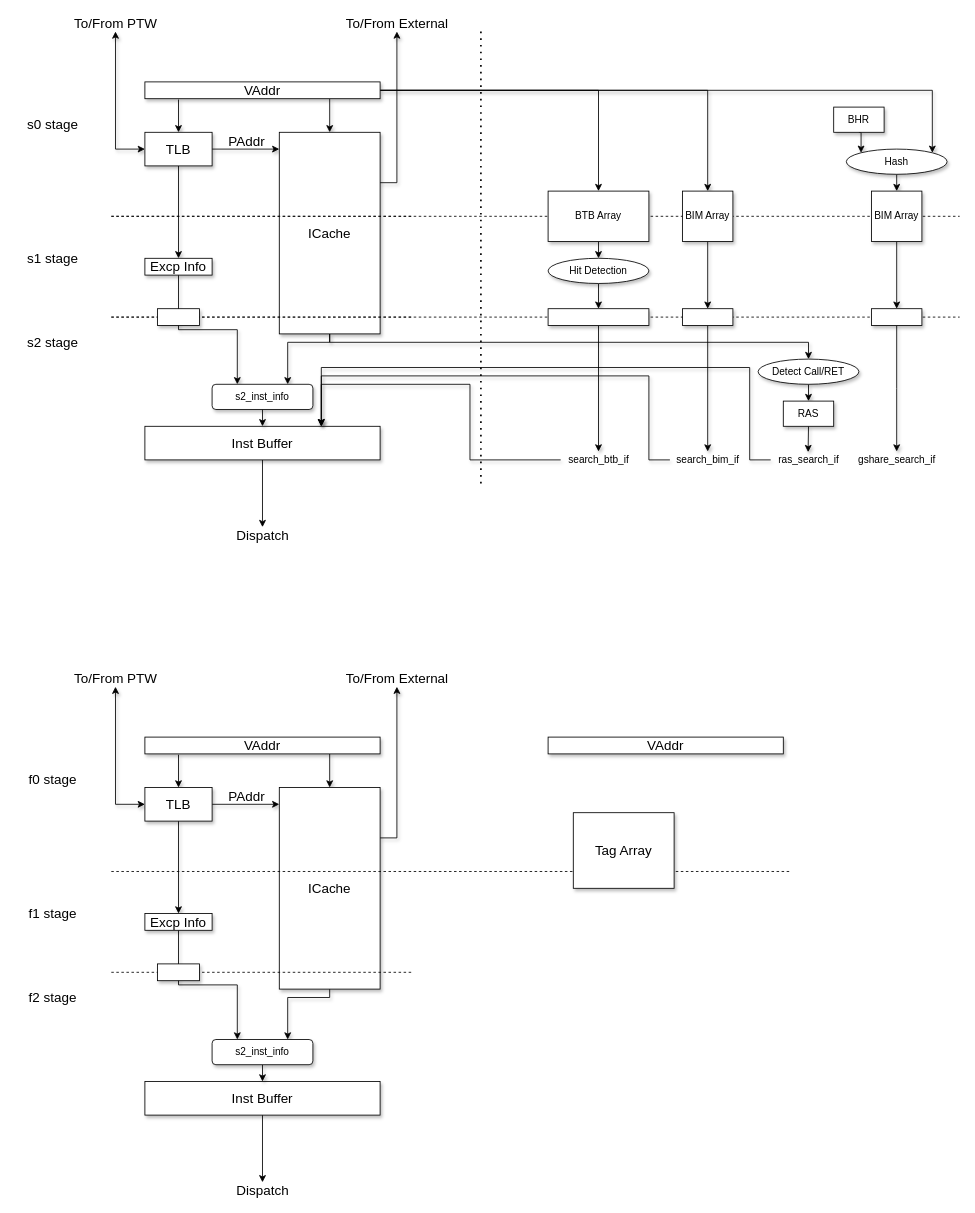
This is page "Frontend" (3 of 8) of docs/source/msrh.drawio from msyksphinz-self/scariv_zero, a draw.io file, before an edit. Source tidied: cells renumbered, new cells numbered last; positions are measured from the earlier drawing's top-left corner, leaving out a move shared by most shapes. Both pictures are drawn from the tidied source at 84%, with x=0, y=0 at pixel (18, 14).
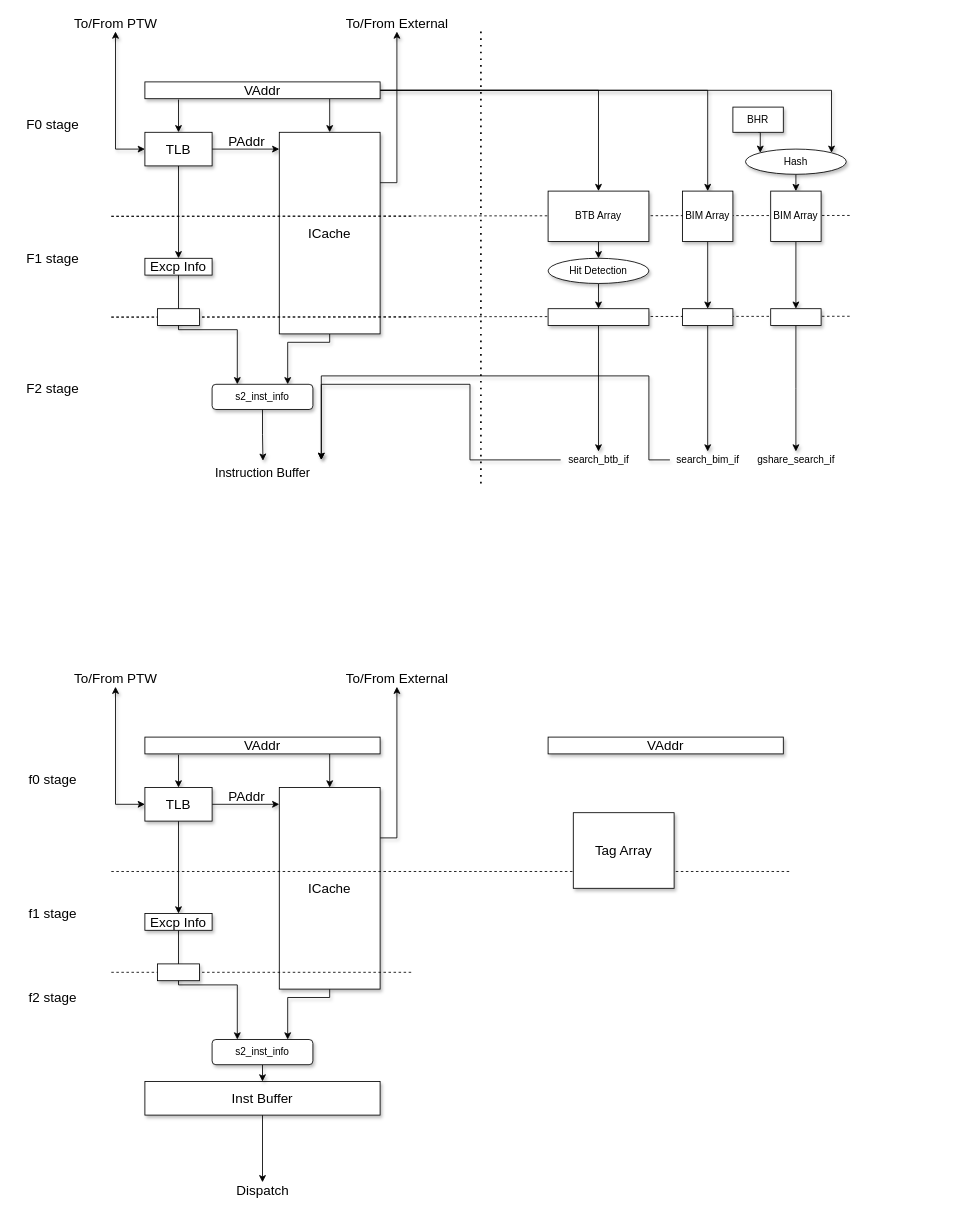
The same diagram, later.

Unchanged cells that the change refers to:
```xml
<mxCell id="16" value="ICache" style="rounded=0;whiteSpace=wrap;html=1;fontSize=16;shadow=1;" parent="1" vertex="1">
  <mxGeometry x="310" y="140" width="120" height="240" as="geometry" />
</mxCell>
<mxCell id="39" value="search_btb_if" style="text;html=1;align=center;verticalAlign=middle;points=[];strokeColor=none;fillColor=none;shadow=1;" parent="1" vertex="1">
  <mxGeometry x="645" y="520" width="90" height="20" as="geometry" />
</mxCell>
<mxCell id="45" value="search_bim_if" style="text;html=1;align=center;verticalAlign=middle;points=[];strokeColor=none;fillColor=none;shadow=1;" parent="1" vertex="1">
  <mxGeometry x="775" y="520" width="90" height="20" as="geometry" />
</mxCell>
<mxCell id="47" value="s2_inst_info" style="rounded=1;whiteSpace=wrap;html=1;shadow=1;" parent="1" vertex="1">
  <mxGeometry x="230" y="440" width="120" height="30" as="geometry" />
</mxCell>
```

What changed in the source:
```diff
@@
-    <mxCell id="15" style="edgeStyle=orthogonalEdgeStyle;rounded=0;jettySize=auto;html=1;exitX=0.5;exitY=1;exitDx=0;exitDy=0;shadow=1;" parent="1" edge="1" source="16">
-      <mxGeometry relative="1" as="geometry">
-        <mxPoint x="940" y="410" as="targetPoint" />
-        <Array as="points">
-          <mxPoint x="370" y="390" />
-          <mxPoint x="940" y="390" />
-        </Array>
-      </mxGeometry>
-    </mxCell>
@@
-    <mxCell id="17" style="edgeStyle=orthogonalEdgeStyle;rounded=0;jettySize=auto;html=1;exitX=0.5;exitY=1;exitDx=0;exitDy=0;startArrow=none;startFill=0;fontSize=16;" parent="1" edge="1" source="18" target="28">
-      <mxGeometry relative="1" as="geometry" />
-    </mxCell>
-    <mxCell id="18" value="Inst Buffer" style="rounded=0;whiteSpace=wrap;html=1;fontSize=16;shadow=1;" parent="1" vertex="1">
-      <mxGeometry x="150" y="490" width="280" height="40" as="geometry" />
-    </mxCell>
@@
-    <mxCell id="23" value="s0 stage" style="text;html=1;align=center;verticalAlign=middle;fontSize=16;" parent="1" vertex="1">
-      <mxGeometry y="120" width="80" height="20" as="geometry" />
+    <mxCell id="23" value="F0 stage" style="text;html=1;align=center;verticalAlign=middle;fontSize=16;" parent="1" vertex="1">
+      <mxGeometry x="-5" y="115" width="90" height="30" as="geometry" />
     </mxCell>
-    <mxCell id="24" value="s1 stage" style="text;html=1;align=center;verticalAlign=middle;fontSize=16;" parent="1" vertex="1">
-      <mxGeometry y="280" width="80" height="20" as="geometry" />
+    <mxCell id="24" value="F1 stage" style="text;html=1;align=center;verticalAlign=middle;fontSize=16;" parent="1" vertex="1">
+      <mxGeometry x="-5" y="275" width="90" height="30" as="geometry" />
     </mxCell>
-    <mxCell id="25" value="s2 stage" style="text;html=1;align=center;verticalAlign=middle;fontSize=16;" parent="1" vertex="1">
-      <mxGeometry y="380" width="80" height="20" as="geometry" />
+    <mxCell id="25" value="F2 stage" style="text;html=1;align=center;verticalAlign=middle;fontSize=16;" parent="1" vertex="1">
+      <mxGeometry x="-5" y="430" width="90" height="30" as="geometry" />
     </mxCell>
@@
-    <mxCell id="28" value="Dispatch" style="text;html=1;align=center;verticalAlign=middle;points=[];fontSize=16;" parent="1" vertex="1">
-      <mxGeometry x="250" y="610" width="80" height="20" as="geometry" />
-    </mxCell>
     <mxCell id="29" style="endArrow=none;dashed=1;html=1;fontSize=16;" parent="1" edge="1">
       <mxGeometry relative="1" as="geometry">
         <mxPoint x="110" y="240" as="sourcePoint" />
-        <mxPoint x="1120" y="240" as="targetPoint" />
+        <mxPoint x="990" y="239" as="targetPoint" />
       </mxGeometry>
     </mxCell>
@@
     <mxCell id="32" style="endArrow=none;dashed=1;html=1;fontSize=16;" parent="1" edge="1">
       <mxGeometry relative="1" as="geometry">
         <mxPoint x="110" y="360" as="sourcePoint" />
-        <mxPoint x="1120" y="360" as="targetPoint" />
+        <mxPoint x="990" y="359" as="targetPoint" />
       </mxGeometry>
     </mxCell>
@@
-    <mxCell id="38" style="edgeStyle=orthogonalEdgeStyle;rounded=0;jettySize=auto;html=1;entryX=0.75;entryY=0;entryDx=0;entryDy=0;shadow=1;" parent="1" edge="1" source="39" target="18">
+    <mxCell id="38" style="edgeStyle=orthogonalEdgeStyle;rounded=0;jettySize=auto;html=1;entryX=0.75;entryY=0;entryDx=0;entryDy=0;shadow=1;" parent="1" edge="1" source="39">
       <mxGeometry relative="1" as="geometry">
+        <mxPoint x="360" y="530" as="targetPoint" />
         <Array as="points">
           <mxPoint x="537" y="530" />
           <mxPoint x="537" y="440" />
           <mxPoint x="360" y="440" />
         </Array>
       </mxGeometry>
     </mxCell>
@@
-    <mxCell id="44" style="edgeStyle=orthogonalEdgeStyle;rounded=0;jettySize=auto;html=1;entryX=0.75;entryY=0;entryDx=0;entryDy=0;shadow=1;" parent="1" edge="1" source="45" target="18">
+    <mxCell id="44" style="edgeStyle=orthogonalEdgeStyle;rounded=0;jettySize=auto;html=1;entryX=0.75;entryY=0;entryDx=0;entryDy=0;shadow=1;" parent="1" edge="1" source="45">
       <mxGeometry relative="1" as="geometry">
+        <mxPoint x="360" y="530" as="targetPoint" />
         <Array as="points">
           <mxPoint x="750" y="530" />
           <mxPoint x="750" y="430" />
           <mxPoint x="360" y="430" />
         </Array>
       </mxGeometry>
     </mxCell>
@@
-    <mxCell id="46" style="edgeStyle=orthogonalEdgeStyle;rounded=0;jettySize=auto;html=1;exitX=0.5;exitY=1;exitDx=0;exitDy=0;entryX=0.5;entryY=0;entryDx=0;entryDy=0;shadow=1;" parent="1" edge="1" source="47" target="18">
+    <mxCell id="46" style="edgeStyle=orthogonalEdgeStyle;rounded=0;jettySize=auto;html=1;exitX=0.5;exitY=1;exitDx=0;exitDy=0;shadow=1;entryX=0.504;entryY=0.033;entryDx=0;entryDy=0;entryPerimeter=0;" parent="1" edge="1" source="47" target="92">
       <mxGeometry relative="1" as="geometry" />
     </mxCell>
@@
-    <mxCell id="48" style="edgeStyle=orthogonalEdgeStyle;rounded=0;jettySize=auto;html=1;exitX=0.5;exitY=1;exitDx=0;exitDy=0;entryX=0.5;entryY=0;entryDx=0;entryDy=0;shadow=1;" parent="1" edge="1" source="49" target="51">
-      <mxGeometry relative="1" as="geometry" />
+    <mxCell id="48" style="edgeStyle=orthogonalEdgeStyle;rounded=0;orthogonalLoop=1;jettySize=auto;html=1;exitX=0.5;exitY=1;exitDx=0;exitDy=0;entryX=0.5;entryY=0;entryDx=0;entryDy=0;shadow=1;" parent="1" edge="1">
+      <mxGeometry relative="1" as="geometry">
+        <mxPoint x="940" y="460" as="targetPoint" />
+      </mxGeometry>
     </mxCell>
-    <mxCell id="49" value="Detect Call/RET" style="ellipse;whiteSpace=wrap;html=1;shadow=1;" parent="1" vertex="1">
-      <mxGeometry x="880" y="410" width="120" height="30" as="geometry" />
-    </mxCell>
-    <mxCell id="50" style="edgeStyle=orthogonalEdgeStyle;rounded=0;jettySize=auto;html=1;exitX=0.5;exitY=1;exitDx=0;exitDy=0;shadow=1;entryX=0.495;entryY=0.037;entryDx=0;entryDy=0;entryPerimeter=0;" parent="1" edge="1" source="51" target="53">
-      <mxGeometry relative="1" as="geometry" />
-    </mxCell>
-    <mxCell id="51" value="RAS" style="rounded=0;whiteSpace=wrap;html=1;shadow=1;" parent="1" vertex="1">
-      <mxGeometry x="910" y="460" width="60" height="30" as="geometry" />
-    </mxCell>
-    <mxCell id="52" style="edgeStyle=orthogonalEdgeStyle;rounded=0;jettySize=auto;html=1;shadow=1;entryX=0.75;entryY=0;entryDx=0;entryDy=0;" parent="1" edge="1" source="53" target="18">
-      <mxGeometry relative="1" as="geometry">
-        <Array as="points">
-          <mxPoint x="870" y="530" />
-          <mxPoint x="870" y="420" />
-          <mxPoint x="360" y="420" />
-        </Array>
-      </mxGeometry>
-    </mxCell>
-    <mxCell id="53" value="ras_search_if" style="text;html=1;align=center;verticalAlign=middle;points=[];strokeColor=none;fillColor=none;shadow=1;" parent="1" vertex="1">
-      <mxGeometry x="895" y="520" width="90" height="20" as="geometry" />
-    </mxCell>
@@
     <mxCell id="55" value="BHR" style="rounded=0;whiteSpace=wrap;html=1;shadow=1;" parent="1" vertex="1">
-      <mxGeometry x="970" y="110" width="60" height="30" as="geometry" />
+      <mxGeometry x="850" y="110" width="60" height="30" as="geometry" />
     </mxCell>
@@
     <mxCell id="57" value="Hash" style="ellipse;whiteSpace=wrap;html=1;shadow=1;" parent="1" vertex="1">
-      <mxGeometry x="985" y="160" width="120" height="30" as="geometry" />
+      <mxGeometry x="865" y="160" width="120" height="30" as="geometry" />
     </mxCell>
@@
     <mxCell id="59" value="BIM Array" style="rounded=0;whiteSpace=wrap;html=1;shadow=1;" parent="1" vertex="1">
-      <mxGeometry x="1015" y="210" width="60" height="60" as="geometry" />
+      <mxGeometry x="895" y="210" width="60" height="60" as="geometry" />
     </mxCell>
     <mxCell id="60" style="edgeStyle=orthogonalEdgeStyle;rounded=0;jettySize=auto;html=1;exitX=0.5;exitY=1;exitDx=0;exitDy=0;shadow=1;" parent="1" edge="1" source="61">
       <mxGeometry relative="1" as="geometry">
-        <mxPoint x="1045" y="520" as="targetPoint" />
+        <mxPoint x="925" y="520" as="targetPoint" />
       </mxGeometry>
     </mxCell>
     <mxCell id="61" style="rounded=0;whiteSpace=wrap;html=1;shadow=1;" parent="1" vertex="1">
-      <mxGeometry x="1015" y="350" width="60" height="20" as="geometry" />
+      <mxGeometry x="895" y="350" width="60" height="20" as="geometry" />
     </mxCell>
     <mxCell id="62" value="gshare_search_if" style="text;html=1;align=center;verticalAlign=middle;strokeColor=none;fillColor=none;shadow=1;" parent="1" vertex="1">
-      <mxGeometry x="990" y="520" width="110" height="20" as="geometry" />
+      <mxGeometry x="870" y="520" width="110" height="20" as="geometry" />
     </mxCell>
@@
+    <mxCell id="92" value="Instruction Buffer" style="text;html=1;align=center;verticalAlign=middle;points=[];strokeColor=none;fillColor=none;fontSize=15;" parent="1" vertex="1">
+      <mxGeometry x="220" y="530" width="140" height="30" as="geometry" />
+    </mxCell>
```
